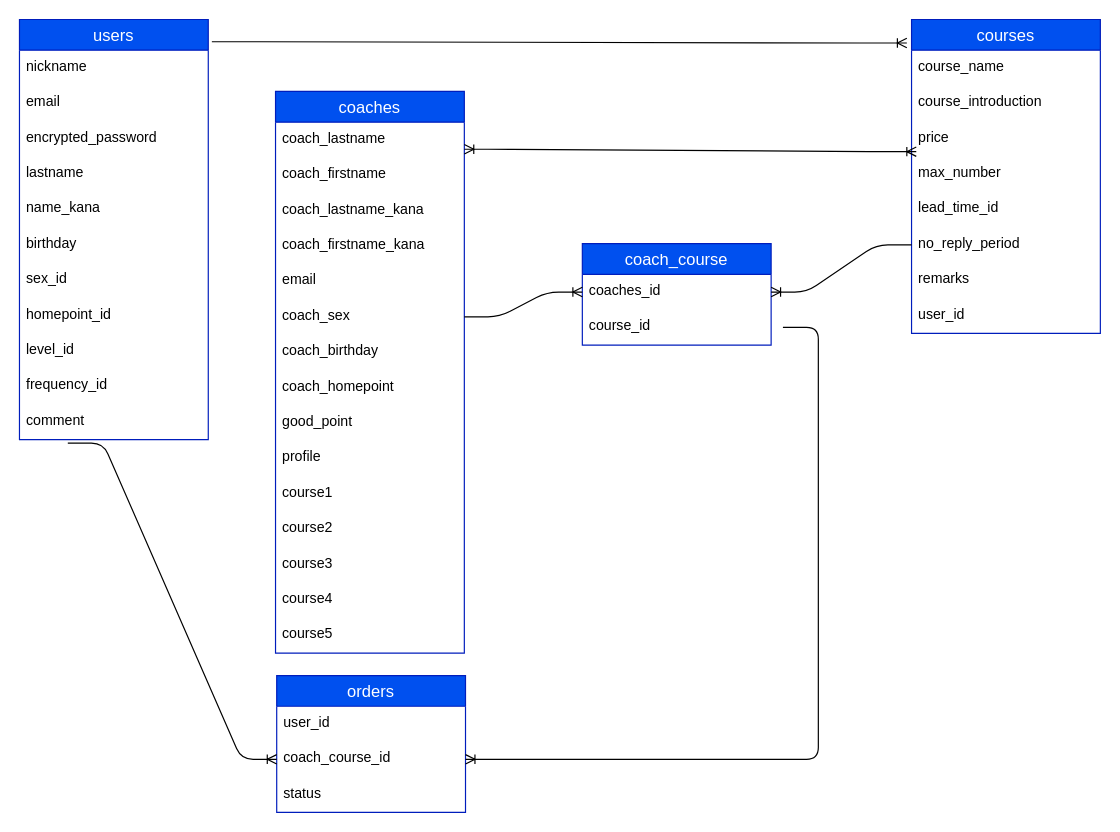
Before: app/views/ER.dio in marie1173/namimachi-app, a draw.io diagram. Source tidied: cells renumbered, new cells numbered last; positions are measured from the earlier drawing's top-left corner, leaving out a move shared by most shapes. Both pictures are drawn from the tidied source at 118%, with x=0, y=0 at pixel (19, 19).
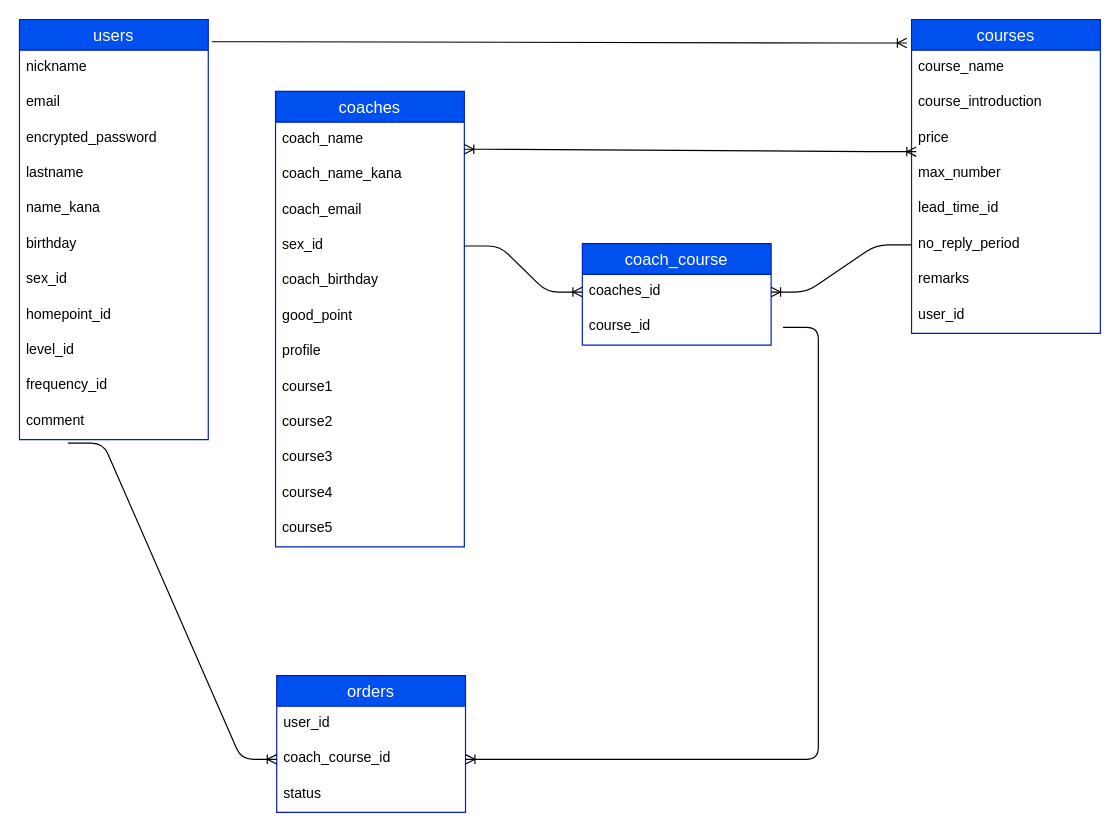
After the change.

The edit, as a diff of the source:
```diff
@@
     <mxCell id="18" value="coaches" style="swimlane;fontStyle=0;horizontal=1;startSize=26;align=center;fontSize=14;fillColor=#0050ef;fontColor=#ffffff;strokeColor=#001DBC;" parent="1" vertex="1">
-      <mxGeometry x="217" y="61" width="160" height="476" as="geometry" />
+      <mxGeometry x="217" y="61" width="160" height="386" as="geometry" />
     </mxCell>
-    <mxCell id="19" value="coach_lastname" style="text;strokeColor=none;fillColor=none;spacingLeft=4;spacingRight=4;overflow=hidden;points=[[0,0.5],[1,0.5]];portConstraint=eastwest;fontSize=12;" parent="18" vertex="1">
+    <mxCell id="19" value="coach_name" style="text;strokeColor=none;fillColor=none;spacingLeft=4;spacingRight=4;overflow=hidden;points=[[0,0.5],[1,0.5]];portConstraint=eastwest;fontSize=12;" parent="18" vertex="1">
       <mxGeometry y="26" width="160" height="30" as="geometry" />
     </mxCell>
-    <mxCell id="20" value="coach_firstname" style="text;strokeColor=none;fillColor=none;spacingLeft=4;spacingRight=4;overflow=hidden;fontSize=12;" parent="18" vertex="1">
-      <mxGeometry y="56" width="160" height="30" as="geometry" />
-    </mxCell>
-    <mxCell id="21" value="coach_lastname_kana" style="text;strokeColor=none;fillColor=none;spacingLeft=4;spacingRight=4;overflow=hidden;fontSize=12;" parent="18" vertex="1">
-      <mxGeometry y="86" width="160" height="30" as="geometry" />
+    <mxCell id="21" value="coach_name_kana" style="text;strokeColor=none;fillColor=none;spacingLeft=4;spacingRight=4;overflow=hidden;fontSize=12;" parent="18" vertex="1">
+      <mxGeometry y="56" width="160" height="30" as="geometry" />
     </mxCell>
-    <mxCell id="22" value="coach_firstname_kana" style="text;strokeColor=none;fillColor=none;spacingLeft=4;spacingRight=4;overflow=hidden;fontSize=12;" parent="18" vertex="1">
-      <mxGeometry y="116" width="160" height="30" as="geometry" />
-    </mxCell>
-    <mxCell id="23" value="email" style="text;strokeColor=none;fillColor=none;spacingLeft=4;spacingRight=4;overflow=hidden;fontSize=12;" parent="18" vertex="1">
-      <mxGeometry y="146" width="160" height="30" as="geometry" />
+    <mxCell id="23" value="coach_email" style="text;strokeColor=none;fillColor=none;spacingLeft=4;spacingRight=4;overflow=hidden;fontSize=12;" parent="18" vertex="1">
+      <mxGeometry y="86" width="160" height="30" as="geometry" />
     </mxCell>
-    <mxCell id="24" value="coach_sex" style="text;strokeColor=none;fillColor=none;spacingLeft=4;spacingRight=4;overflow=hidden;points=[[0,0.5],[1,0.5]];portConstraint=eastwest;fontSize=12;" parent="18" vertex="1">
-      <mxGeometry y="176" width="160" height="30" as="geometry" />
+    <mxCell id="24" value="sex_id" style="text;strokeColor=none;fillColor=none;spacingLeft=4;spacingRight=4;overflow=hidden;points=[[0,0.5],[1,0.5]];portConstraint=eastwest;fontSize=12;" parent="18" vertex="1">
+      <mxGeometry y="116" width="160" height="30" as="geometry" />
     </mxCell>
     <mxCell id="25" value="coach_birthday" style="text;strokeColor=none;fillColor=none;spacingLeft=4;spacingRight=4;overflow=hidden;fontSize=12;" parent="18" vertex="1">
-      <mxGeometry y="206" width="160" height="30" as="geometry" />
+      <mxGeometry y="146" width="160" height="30" as="geometry" />
     </mxCell>
-    <mxCell id="26" value="coach_homepoint" style="text;strokeColor=none;fillColor=none;spacingLeft=4;spacingRight=4;overflow=hidden;fontSize=12;" parent="18" vertex="1">
-      <mxGeometry y="236" width="160" height="30" as="geometry" />
-    </mxCell>
     <mxCell id="27" value="good_point " style="text;strokeColor=none;fillColor=none;spacingLeft=4;spacingRight=4;overflow=hidden;fontSize=12;" parent="18" vertex="1">
-      <mxGeometry y="266" width="160" height="30" as="geometry" />
+      <mxGeometry y="176" width="160" height="30" as="geometry" />
     </mxCell>
     <mxCell id="28" value="profile" style="text;strokeColor=none;fillColor=none;spacingLeft=4;spacingRight=4;overflow=hidden;fontSize=12;" parent="18" vertex="1">
-      <mxGeometry y="296" width="160" height="30" as="geometry" />
+      <mxGeometry y="206" width="160" height="30" as="geometry" />
     </mxCell>
     <mxCell id="29" value="course1&#10;" style="text;strokeColor=none;fillColor=none;spacingLeft=4;spacingRight=4;overflow=hidden;fontSize=12;" parent="18" vertex="1">
-      <mxGeometry y="326" width="160" height="30" as="geometry" />
+      <mxGeometry y="236" width="160" height="30" as="geometry" />
     </mxCell>
     <mxCell id="30" value="course2" style="text;strokeColor=none;fillColor=none;spacingLeft=4;spacingRight=4;overflow=hidden;fontSize=12;" parent="18" vertex="1">
-      <mxGeometry y="356" width="160" height="30" as="geometry" />
+      <mxGeometry y="266" width="160" height="30" as="geometry" />
     </mxCell>
     <mxCell id="31" value="course3" style="text;strokeColor=none;fillColor=none;spacingLeft=4;spacingRight=4;overflow=hidden;fontSize=12;" parent="18" vertex="1">
-      <mxGeometry y="386" width="160" height="30" as="geometry" />
+      <mxGeometry y="296" width="160" height="30" as="geometry" />
     </mxCell>
     <mxCell id="32" value="course4" style="text;strokeColor=none;fillColor=none;spacingLeft=4;spacingRight=4;overflow=hidden;fontSize=12;" parent="18" vertex="1">
-      <mxGeometry y="416" width="160" height="30" as="geometry" />
+      <mxGeometry y="326" width="160" height="30" as="geometry" />
     </mxCell>
     <mxCell id="33" value="course5" style="text;strokeColor=none;fillColor=none;spacingLeft=4;spacingRight=4;overflow=hidden;fontSize=12;" parent="18" vertex="1">
-      <mxGeometry y="446" width="160" height="30" as="geometry" />
+      <mxGeometry y="356" width="160" height="30" as="geometry" />
     </mxCell>
```
